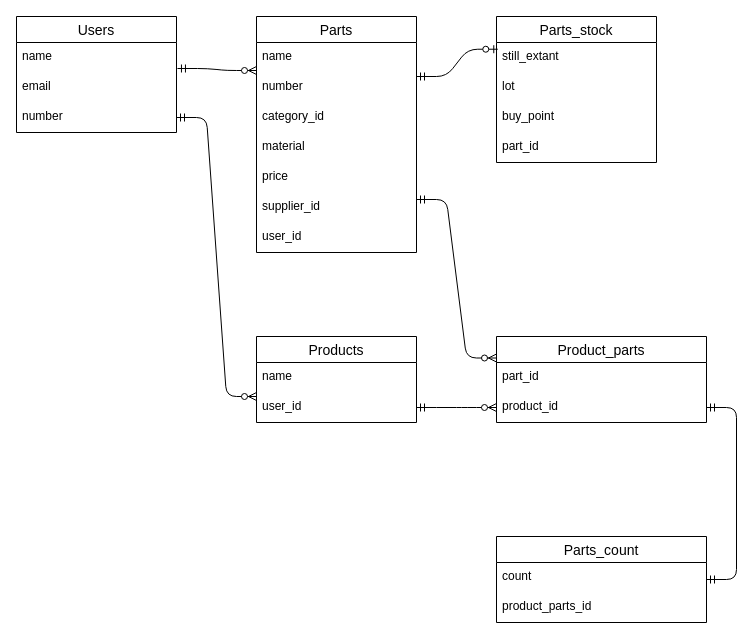
Before: er.dio in takayukinm7/zaiko, a draw.io diagram. Source tidied: cells renumbered, new cells numbered last; positions are measured from the earlier drawing's top-left corner, leaving out a move shared by most shapes. Both pictures are drawn from the tidied source at 100%, with x=0, y=0 at pixel (16, 16).
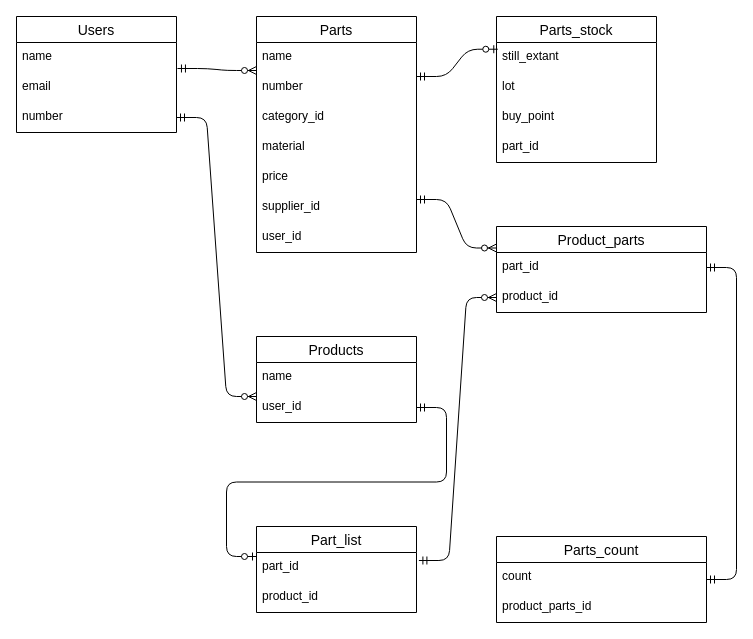
The same diagram, later.

Unchanged cells that the change refers to:
```xml
<mxCell id="24" value="user_id" style="text;strokeColor=none;fillColor=none;spacingLeft=4;spacingRight=4;overflow=hidden;points=[[0,0.5],[1,0.5]];portConstraint=eastwest;fontSize=12;" parent="22" vertex="1">
  <mxGeometry y="56" width="160" height="30" as="geometry" />
</mxCell>
<mxCell id="26" value="part_id" style="text;strokeColor=none;fillColor=none;spacingLeft=4;spacingRight=4;overflow=hidden;points=[[0,0.5],[1,0.5]];portConstraint=eastwest;fontSize=12;" parent="25" vertex="1">
  <mxGeometry y="26" width="210" height="30" as="geometry" />
</mxCell>
<mxCell id="27" value="product_id" style="text;strokeColor=none;fillColor=none;spacingLeft=4;spacingRight=4;overflow=hidden;points=[[0,0.5],[1,0.5]];portConstraint=eastwest;fontSize=12;" parent="25" vertex="1">
  <mxGeometry y="56" width="210" height="30" as="geometry" />
</mxCell>
<mxCell id="30" value="Parts_count" style="swimlane;fontStyle=0;horizontal=1;startSize=26;align=center;fontSize=14;" parent="1" vertex="1">
  <mxGeometry x="480" y="520" width="210" height="86" as="geometry" />
</mxCell>
```

Change to the diagram source:
```diff
@@
     <mxCell id="25" value="Product_parts" style="swimlane;fontStyle=0;horizontal=1;startSize=26;align=center;fontSize=14;" parent="1" vertex="1">
-      <mxGeometry x="480" y="320" width="210" height="86" as="geometry" />
+      <mxGeometry x="480" y="210" width="210" height="86" as="geometry" />
     </mxCell>
@@
-    <mxCell id="28" style="edgeStyle=entityRelationEdgeStyle;fontSize=12;html=1;endArrow=ERzeroToMany;startArrow=ERmandOne;entryX=0;entryY=0.5;entryDx=0;entryDy=0;" parent="1" edge="1" target="27">
-      <mxGeometry relative="1" as="geometry">
-        <mxPoint x="400" y="391" as="sourcePoint" />
-      </mxGeometry>
+    <mxCell id="28" style="edgeStyle=entityRelationEdgeStyle;fontSize=12;html=1;endArrow=ERzeroToMany;startArrow=ERmandOne;exitX=1.015;exitY=0.267;exitDx=0;exitDy=0;exitPerimeter=0;" parent="1" edge="1" source="36" target="27">
+      <mxGeometry relative="1" as="geometry" />
     </mxCell>
@@
-    <mxCell id="33" style="edgeStyle=entityRelationEdgeStyle;fontSize=12;html=1;endArrow=ERmandOne;startArrow=ERmandOne;exitX=1;exitY=0.5;exitDx=0;exitDy=0;entryX=1;entryY=0.5;entryDx=0;entryDy=0;" parent="1" edge="1" source="30" target="27">
+    <mxCell id="33" style="edgeStyle=entityRelationEdgeStyle;fontSize=12;html=1;endArrow=ERmandOne;startArrow=ERmandOne;exitX=1;exitY=0.5;exitDx=0;exitDy=0;entryX=1;entryY=0.5;entryDx=0;entryDy=0;" parent="1" edge="1" source="30" target="26">
       <mxGeometry relative="1" as="geometry" />
     </mxCell>
+    <mxCell id="34" value="Part_list" style="swimlane;fontStyle=0;horizontal=1;startSize=26;align=center;fontSize=14;" parent="1" vertex="1">
+      <mxGeometry x="240" y="510" width="160" height="86" as="geometry" />
+    </mxCell>
+    <mxCell id="35" style="edgeStyle=entityRelationEdgeStyle;fontSize=12;html=1;endArrow=ERzeroToOne;startArrow=ERmandOne;exitX=1;exitY=0.5;exitDx=0;exitDy=0;" parent="34" edge="1" source="24">
+      <mxGeometry relative="1" as="geometry">
+        <mxPoint y="30" as="targetPoint" />
+      </mxGeometry>
+    </mxCell>
+    <mxCell id="36" value="part_id" style="text;strokeColor=none;fillColor=none;spacingLeft=4;spacingRight=4;overflow=hidden;points=[[0,0.5],[1,0.5]];portConstraint=eastwest;fontSize=12;" parent="34" vertex="1">
+      <mxGeometry y="26" width="160" height="30" as="geometry" />
+    </mxCell>
+    <mxCell id="37" value="product_id" style="text;strokeColor=none;fillColor=none;spacingLeft=4;spacingRight=4;overflow=hidden;fontSize=12;" parent="34" vertex="1">
+      <mxGeometry y="56" width="160" height="30" as="geometry" />
+    </mxCell>
+    <mxCell id="38" style="edgeStyle=orthogonalEdgeStyle;rounded=0;orthogonalLoop=1;jettySize=auto;html=1;exitX=1;exitY=0.5;exitDx=0;exitDy=0;" parent="34" edge="1" source="36" target="36">
+      <mxGeometry relative="1" as="geometry" />
+    </mxCell>
```
